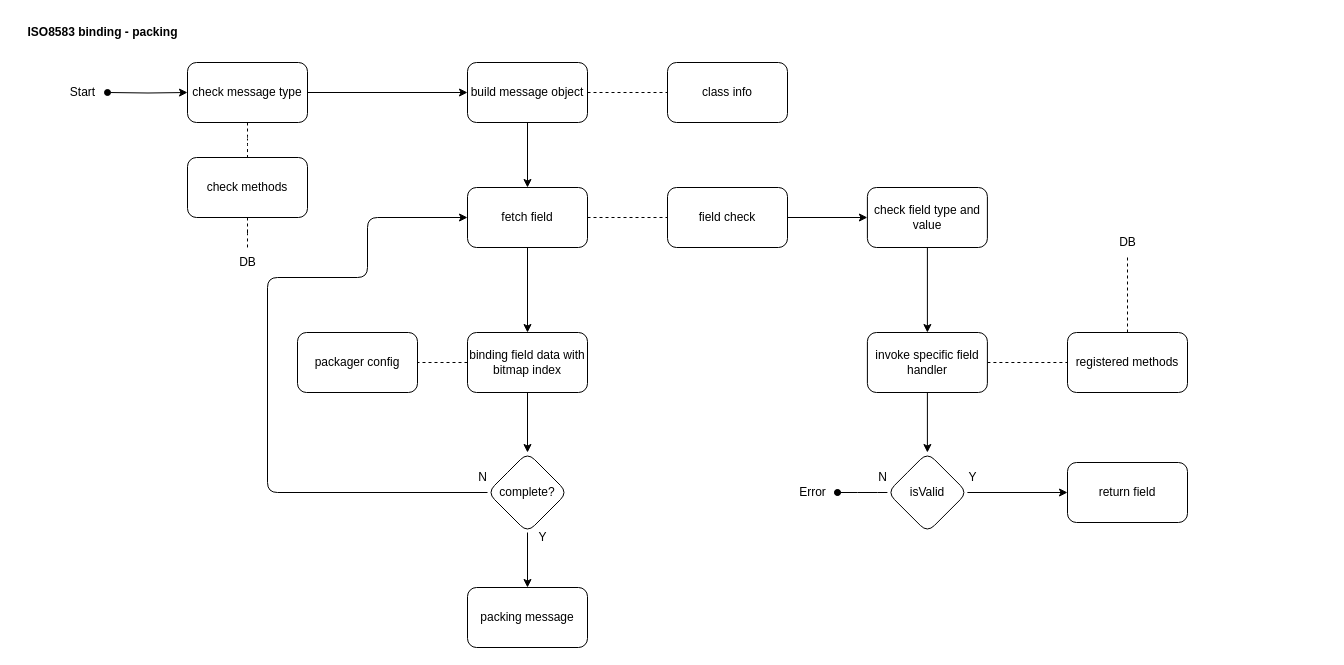
PramudiaPutra/diagrams keeps this draw.io diagram as page "Page-4" (4 of 4) of ISO8583 binding-packing.drawio. Above is the earlier version. Source tidied: cells renumbered, new cells numbered last; positions are measured from the earlier drawing's top-left corner, leaving out a move shared by most shapes. Both pictures are drawn from the tidied source at 100%, with x=0, y=0 at pixel (17, 17).
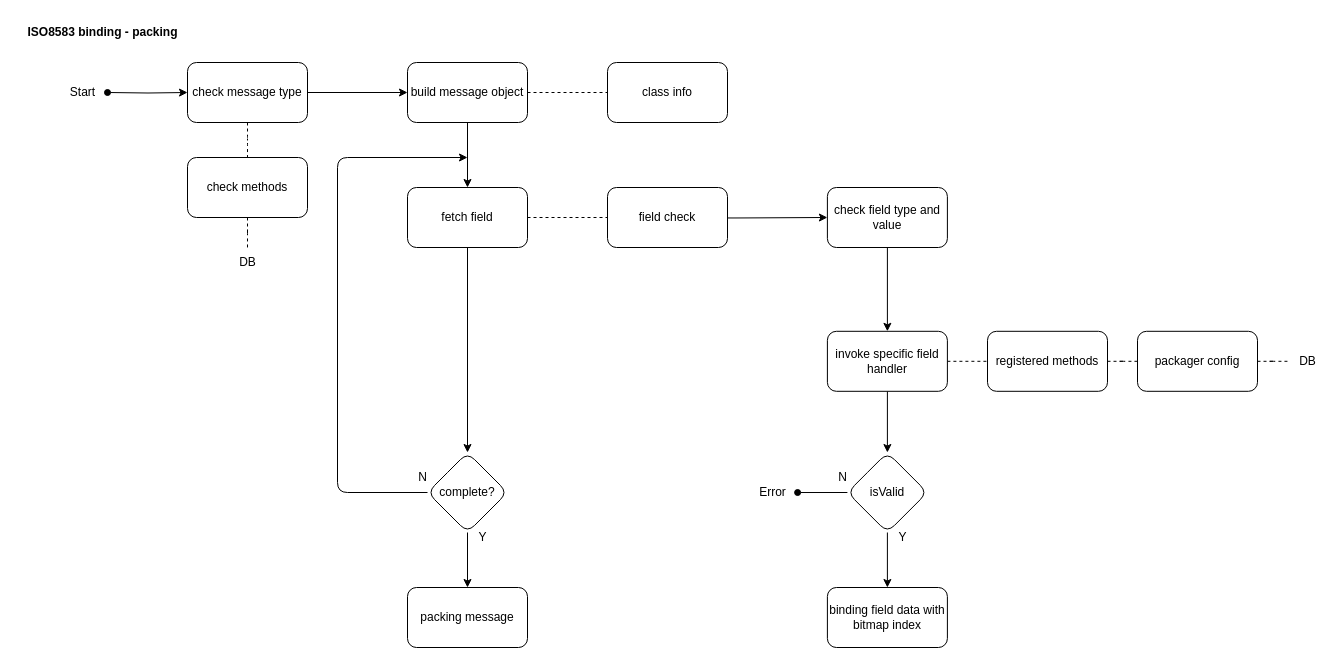
The same page after the edit.

The edit, as a diff of the source:
```diff
@@
     <mxCell id="10" value="build message object" style="rounded=1;whiteSpace=wrap;html=1;" parent="1" vertex="1">
-      <mxGeometry x="450" y="45" width="120" height="60" as="geometry" />
+      <mxGeometry x="390" y="45" width="120" height="60" as="geometry" />
     </mxCell>
     <mxCell id="11" value="class info" style="rounded=1;whiteSpace=wrap;html=1;" parent="1" vertex="1">
-      <mxGeometry x="650" y="45" width="120" height="60" as="geometry" />
+      <mxGeometry x="590" y="45" width="120" height="60" as="geometry" />
     </mxCell>
@@
-    <mxCell id="13" style="edgeStyle=orthogonalEdgeStyle;rounded=1;jettySize=auto;html=1;entryX=0.5;entryY=0;entryDx=0;entryDy=0;endArrow=classic;endFill=1;" parent="1" edge="1" source="14" target="20">
-      <mxGeometry relative="1" as="geometry" />
-    </mxCell>
+    <mxCell id="47" style="edgeStyle=orthogonalEdgeStyle;rounded=1;jettySize=auto;html=1;entryX=0.5;entryY=0;entryDx=0;entryDy=0;endArrow=classic;endFill=1;" parent="1" edge="1" source="14" target="24">
+      <mxGeometry relative="1" as="geometry" />
+    </mxCell>
     <mxCell id="14" value="fetch field" style="rounded=1;whiteSpace=wrap;html=1;" parent="1" vertex="1">
-      <mxGeometry x="450" y="170" width="120" height="60" as="geometry" />
+      <mxGeometry x="390" y="170" width="120" height="60" as="geometry" />
     </mxCell>
@@
-    <mxCell id="18" style="edgeStyle=orthogonalEdgeStyle;rounded=1;jettySize=auto;html=1;endArrow=none;endFill=0;dashed=1;" parent="1" edge="1" source="20" target="21">
-      <mxGeometry relative="1" as="geometry" />
-    </mxCell>
-    <mxCell id="19" style="edgeStyle=orthogonalEdgeStyle;rounded=1;jettySize=auto;html=1;endArrow=classic;endFill=1;" parent="1" edge="1" source="20" target="24">
-      <mxGeometry relative="1" as="geometry" />
-    </mxCell>
-    <mxCell id="20" value="binding field data with bitmap index" style="whiteSpace=wrap;html=1;rounded=1;" parent="1" vertex="1">
-      <mxGeometry x="450" y="315" width="120" height="60" as="geometry" />
-    </mxCell>
     <mxCell id="21" value="packager config" style="whiteSpace=wrap;html=1;rounded=1;" parent="1" vertex="1">
-      <mxGeometry x="280" y="315" width="120" height="60" as="geometry" />
+      <mxGeometry x="1120" y="313.8" width="120" height="60" as="geometry" />
     </mxCell>
@@
-    <mxCell id="23" style="edgeStyle=orthogonalEdgeStyle;rounded=1;jettySize=auto;html=1;entryX=0;entryY=0.5;entryDx=0;entryDy=0;endArrow=classic;endFill=1;" parent="1" edge="1" source="24" target="14">
+    <mxCell id="23" style="edgeStyle=orthogonalEdgeStyle;rounded=1;jettySize=auto;html=1;endArrow=classic;endFill=1;" parent="1" edge="1" source="24">
       <mxGeometry relative="1" as="geometry">
+        <mxPoint x="450" y="140" as="targetPoint" />
         <Array as="points">
-          <mxPoint x="250" y="475" />
-          <mxPoint x="250" y="260" />
-          <mxPoint x="350" y="260" />
-          <mxPoint x="350" y="200" />
+          <mxPoint x="320" y="475" />
+          <mxPoint x="320" y="140" />
+          <mxPoint x="450" y="140" />
         </Array>
       </mxGeometry>
     </mxCell>
     <mxCell id="24" value="complete?" style="rhombus;whiteSpace=wrap;html=1;rounded=1;" parent="1" vertex="1">
-      <mxGeometry x="470" y="435" width="80" height="80" as="geometry" />
+      <mxGeometry x="410" y="435" width="80" height="80" as="geometry" />
     </mxCell>
@@
     <mxCell id="26" value="check field type and value" style="whiteSpace=wrap;html=1;rounded=1;" parent="1" vertex="1">
-      <mxGeometry x="849.9" y="170" width="120" height="60" as="geometry" />
+      <mxGeometry x="809.9" y="170" width="120" height="60" as="geometry" />
     </mxCell>
+    <mxCell id="28" style="edgeStyle=orthogonalEdgeStyle;rounded=1;jettySize=auto;html=1;endArrow=classic;endFill=1;" parent="1" edge="1" source="29" target="34">
+      <mxGeometry relative="1" as="geometry" />
+    </mxCell>
-    <mxCell id="27" style="edgeStyle=orthogonalEdgeStyle;rounded=1;jettySize=auto;html=1;dashed=1;endArrow=none;endFill=0;" parent="1" edge="1" source="29" target="31">
-      <mxGeometry relative="1" as="geometry">
-        <Array as="points">
-          <mxPoint x="1089.9" y="355" />
-          <mxPoint x="1089.9" y="355" />
-        </Array>
-      </mxGeometry>
+    <mxCell id="27" style="edgeStyle=orthogonalEdgeStyle;rounded=1;jettySize=auto;html=1;endArrow=none;endFill=0;dashed=1;" parent="1" edge="1" source="29" target="31">
+      <mxGeometry relative="1" as="geometry" />
     </mxCell>
-    <mxCell id="28" style="edgeStyle=orthogonalEdgeStyle;rounded=1;jettySize=auto;html=1;endArrow=classic;endFill=1;" parent="1" edge="1" source="29" target="34">
-      <mxGeometry relative="1" as="geometry" />
-    </mxCell>
     <mxCell id="29" value="invoke specific field handler" style="whiteSpace=wrap;html=1;rounded=1;" parent="1" vertex="1">
-      <mxGeometry x="849.9" y="315" width="120" height="60" as="geometry" />
+      <mxGeometry x="809.9" y="313.8" width="120" height="60" as="geometry" />
     </mxCell>
-    <mxCell id="30" style="edgeStyle=orthogonalEdgeStyle;rounded=0;jettySize=auto;html=1;entryX=0.5;entryY=1;entryDx=0;entryDy=0;entryPerimeter=0;dashed=1;endArrow=none;endFill=0;" parent="1" edge="1" source="31" target="42">
-      <mxGeometry relative="1" as="geometry" />
-    </mxCell>
+    <mxCell id="48" style="edgeStyle=orthogonalEdgeStyle;rounded=1;jettySize=auto;html=1;dashed=1;endArrow=none;endFill=0;exitX=1;exitY=0.5;exitDx=0;exitDy=0;" parent="1" edge="1" source="21" target="42">
+      <mxGeometry relative="1" as="geometry" />
+    </mxCell>
+    <mxCell id="49" style="edgeStyle=orthogonalEdgeStyle;rounded=1;jettySize=auto;html=1;entryX=0;entryY=0.5;entryDx=0;entryDy=0;dashed=1;endArrow=none;endFill=0;" parent="1" edge="1" source="31" target="21">
+      <mxGeometry relative="1" as="geometry" />
+    </mxCell>
     <mxCell id="31" value="registered methods" style="whiteSpace=wrap;html=1;rounded=1;" parent="1" vertex="1">
-      <mxGeometry x="1050" y="315" width="120" height="60" as="geometry" />
+      <mxGeometry x="970" y="313.8" width="120" height="60" as="geometry" />
     </mxCell>
@@
-    <mxCell id="33" style="edgeStyle=orthogonalEdgeStyle;rounded=1;jettySize=auto;html=1;endArrow=oval;endFill=1;" parent="1" edge="1" source="34" target="43">
+    <mxCell id="33" style="edgeStyle=orthogonalEdgeStyle;rounded=1;jettySize=auto;html=1;endArrow=oval;endFill=1;entryX=1.002;entryY=0.501;entryDx=0;entryDy=0;entryPerimeter=0;exitX=0;exitY=0.5;exitDx=0;exitDy=0;" parent="1" edge="1" source="34" target="44">
       <mxGeometry relative="1" as="geometry" />
     </mxCell>
     <mxCell id="34" value="isValid" style="rhombus;whiteSpace=wrap;html=1;rounded=1;" parent="1" vertex="1">
-      <mxGeometry x="869.9" y="435" width="80" height="80" as="geometry" />
+      <mxGeometry x="829.9" y="435" width="80" height="80" as="geometry" />
     </mxCell>
-    <mxCell id="35" value="N" style="text;html=1;align=center;verticalAlign=middle;strokeColor=none;fillColor=none;" parent="1" vertex="1">
-      <mxGeometry x="849.9" y="445" width="30" height="30" as="geometry" />
+    <mxCell id="35" value="Y" style="text;html=1;align=center;verticalAlign=middle;strokeColor=none;fillColor=none;" parent="1" vertex="1">
+      <mxGeometry x="869.9" y="505" width="30" height="30" as="geometry" />
     </mxCell>
@@
-    <mxCell id="37" style="edgeStyle=orthogonalEdgeStyle;rounded=1;jettySize=auto;html=1;entryX=0;entryY=0.5;entryDx=0;entryDy=0;endArrow=classic;endFill=1;" parent="1" edge="1" source="38" target="26">
-      <mxGeometry relative="1" as="geometry" />
+    <mxCell id="37" style="edgeStyle=orthogonalEdgeStyle;rounded=1;jettySize=auto;html=1;entryX=0;entryY=0.5;entryDx=0;entryDy=0;endArrow=classic;endFill=1;" parent="1" edge="1" target="26">
+      <mxGeometry relative="1" as="geometry">
+        <mxPoint x="620" y="200" as="sourcePoint" />
+      </mxGeometry>
     </mxCell>
     <mxCell id="38" value="field check" style="rounded=1;whiteSpace=wrap;html=1;" parent="1" vertex="1">
-      <mxGeometry x="650" y="170" width="120" height="60" as="geometry" />
+      <mxGeometry x="590" y="170" width="120" height="60" as="geometry" />
     </mxCell>
-    <mxCell id="39" value="return field" style="whiteSpace=wrap;html=1;rounded=1;" parent="1" vertex="1">
-      <mxGeometry x="1050" y="445" width="120" height="60" as="geometry" />
+    <mxCell id="39" value="binding field data with bitmap index" style="whiteSpace=wrap;html=1;rounded=1;" parent="1" vertex="1">
+      <mxGeometry x="809.9" y="570" width="120" height="60" as="geometry" />
     </mxCell>
-    <mxCell id="40" value="Y" style="text;html=1;align=center;verticalAlign=middle;strokeColor=none;fillColor=none;" parent="1" vertex="1">
-      <mxGeometry x="939.9" y="445" width="30" height="30" as="geometry" />
+    <mxCell id="40" value="N" style="text;html=1;align=center;verticalAlign=middle;strokeColor=none;fillColor=none;" parent="1" vertex="1">
+      <mxGeometry x="809.9" y="445" width="30" height="30" as="geometry" />
     </mxCell>
     <mxCell id="41" value="packing message" style="whiteSpace=wrap;html=1;rounded=1;" parent="1" vertex="1">
-      <mxGeometry x="450" y="570" width="120" height="60" as="geometry" />
+      <mxGeometry x="390" y="570" width="120" height="60" as="geometry" />
     </mxCell>
     <mxCell id="42" value="DB" style="text;html=1;align=center;verticalAlign=middle;points=[];strokeColor=none;fillColor=none;" parent="1" vertex="1">
-      <mxGeometry x="1090" y="210" width="40" height="30" as="geometry" />
+      <mxGeometry x="1270" y="328.8" width="40" height="30" as="geometry" />
     </mxCell>
-    <mxCell id="43" style="shape=waypoint;sketch=0;size=6;points=[];fillColor=default;perimeter=centerPerimeter;snapToPoint=1;rounded=1;" parent="1" vertex="1">
-      <mxGeometry x="810" y="465" width="20" height="20" as="geometry" />
-    </mxCell>
     <mxCell id="44" value="Error" style="text;html=1;align=center;verticalAlign=middle;points=[];strokeColor=none;fillColor=none;" parent="1" vertex="1">
-      <mxGeometry x="770" y="460" width="50" height="30" as="geometry" />
+      <mxGeometry x="730" y="460" width="50" height="30" as="geometry" />
     </mxCell>
     <mxCell id="45" value="N" style="text;html=1;align=center;verticalAlign=middle;strokeColor=none;fillColor=none;" parent="1" vertex="1">
-      <mxGeometry x="450" y="445" width="30" height="30" as="geometry" />
+      <mxGeometry x="390" y="445" width="30" height="30" as="geometry" />
     </mxCell>
     <mxCell id="46" value="Y" style="text;html=1;align=center;verticalAlign=middle;strokeColor=none;fillColor=none;" parent="1" vertex="1">
-      <mxGeometry x="510" y="505" width="30" height="30" as="geometry" />
+      <mxGeometry x="450" y="505" width="30" height="30" as="geometry" />
     </mxCell>
```
